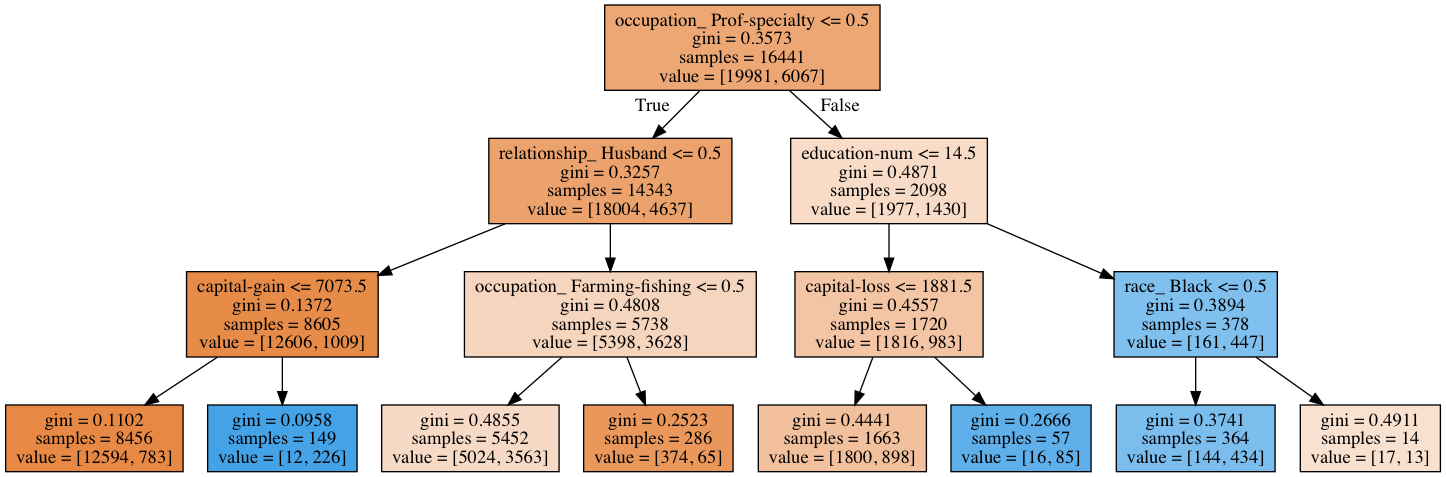
Above: models/tree1.png in shirmeir/notebooks (Graphviz), before the change. Its source is kept beside it as models/tree1.dot.
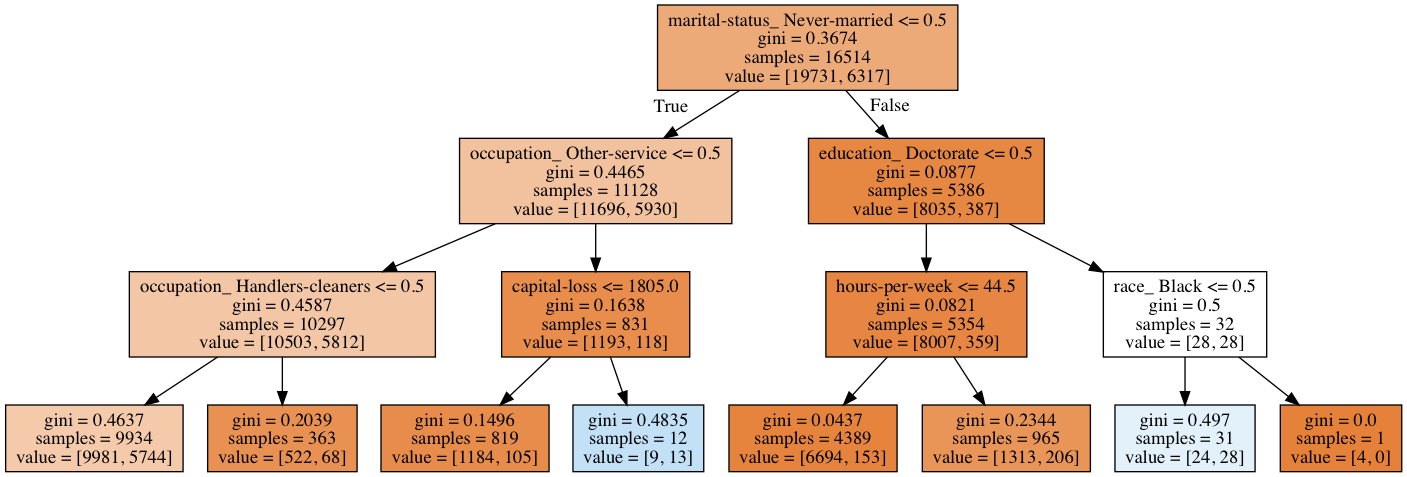
Above is the later version.

Change to the diagram source:
```diff
@@ -1,32 +1,32 @@
 digraph Tree {
 node [shape=box, style="filled", color="black"] ;
-0 [label="occupation_ Prof-specialty <= 0.5\ngini = 0.3573\nsamples = 16441\nvalue = [19981, 6067]", fillcolor="#e58139b2"] ;
-1 [label="relationship_ Husband <= 0.5\ngini = 0.3257\nsamples = 14343\nvalue = [18004, 4637]", fillcolor="#e58139bd"] ;
+0 [label="marital-status_ Never-married <= 0.5\ngini = 0.3674\nsamples = 16514\nvalue = [19731, 6317]", fillcolor="#e58139ad"] ;
+1 [label="occupation_ Other-service <= 0.5\ngini = 0.4465\nsamples = 11128\nvalue = [11696, 5930]", fillcolor="#e581397e"] ;
 0 -> 1 [labeldistance=2.5, labelangle=45, headlabel="True"] ;
-2 [label="capital-gain <= 7073.5\ngini = 0.1372\nsamples = 8605\nvalue = [12606, 1009]", fillcolor="#e58139eb"] ;
+2 [label="occupation_ Handlers-cleaners <= 0.5\ngini = 0.4587\nsamples = 10297\nvalue = [10503, 5812]", fillcolor="#e5813972"] ;
 1 -> 2 ;
-3 [label="gini = 0.1102\nsamples = 8456\nvalue = [12594, 783]", fillcolor="#e58139ef"] ;
+3 [label="gini = 0.4637\nsamples = 9934\nvalue = [9981, 5744]", fillcolor="#e581396c"] ;
 2 -> 3 ;
-4 [label="gini = 0.0958\nsamples = 149\nvalue = [12, 226]", fillcolor="#399de5f1"] ;
+4 [label="gini = 0.2039\nsamples = 363\nvalue = [522, 68]", fillcolor="#e58139de"] ;
 2 -> 4 ;
-5 [label="occupation_ Farming-fishing <= 0.5\ngini = 0.4808\nsamples = 5738\nvalue = [5398, 3628]", fillcolor="#e5813954"] ;
+5 [label="capital-loss <= 1805.0\ngini = 0.1638\nsamples = 831\nvalue = [1193, 118]", fillcolor="#e58139e6"] ;
 1 -> 5 ;
-6 [label="gini = 0.4855\nsamples = 5452\nvalue = [5024, 3563]", fillcolor="#e581394a"] ;
+6 [label="gini = 0.1496\nsamples = 819\nvalue = [1184, 105]", fillcolor="#e58139e8"] ;
 5 -> 6 ;
-7 [label="gini = 0.2523\nsamples = 286\nvalue = [374, 65]", fillcolor="#e58139d3"] ;
+7 [label="gini = 0.4835\nsamples = 12\nvalue = [9, 13]", fillcolor="#399de54e"] ;
 5 -> 7 ;
-8 [label="education-num <= 14.5\ngini = 0.4871\nsamples = 2098\nvalue = [1977, 1430]", fillcolor="#e5813947"] ;
+8 [label="education_ Doctorate <= 0.5\ngini = 0.0877\nsamples = 5386\nvalue = [8035, 387]", fillcolor="#e58139f3"] ;
 0 -> 8 [labeldistance=2.5, labelangle=-45, headlabel="False"] ;
-9 [label="capital-loss <= 1881.5\ngini = 0.4557\nsamples = 1720\nvalue = [1816, 983]", fillcolor="#e5813975"] ;
+9 [label="hours-per-week <= 44.5\ngini = 0.0821\nsamples = 5354\nvalue = [8007, 359]", fillcolor="#e58139f4"] ;
 8 -> 9 ;
-10 [label="gini = 0.4441\nsamples = 1663\nvalue = [1800, 898]", fillcolor="#e5813980"] ;
+10 [label="gini = 0.0437\nsamples = 4389\nvalue = [6694, 153]", fillcolor="#e58139f9"] ;
 9 -> 10 ;
-11 [label="gini = 0.2666\nsamples = 57\nvalue = [16, 85]", fillcolor="#399de5cf"] ;
+11 [label="gini = 0.2344\nsamples = 965\nvalue = [1313, 206]", fillcolor="#e58139d7"] ;
 9 -> 11 ;
-12 [label="race_ Black <= 0.5\ngini = 0.3894\nsamples = 378\nvalue = [161, 447]", fillcolor="#399de5a3"] ;
+12 [label="race_ Black <= 0.5\ngini = 0.5\nsamples = 32\nvalue = [28, 28]", fillcolor="#e5813900"] ;
 8 -> 12 ;
-13 [label="gini = 0.3741\nsamples = 364\nvalue = [144, 434]", fillcolor="#399de5aa"] ;
+13 [label="gini = 0.497\nsamples = 31\nvalue = [24, 28]", fillcolor="#399de524"] ;
 12 -> 13 ;
-14 [label="gini = 0.4911\nsamples = 14\nvalue = [17, 13]", fillcolor="#e581393c"] ;
+14 [label="gini = 0.0\nsamples = 1\nvalue = [4, 0]", fillcolor="#e58139ff"] ;
 12 -> 14 ;
 }
```
